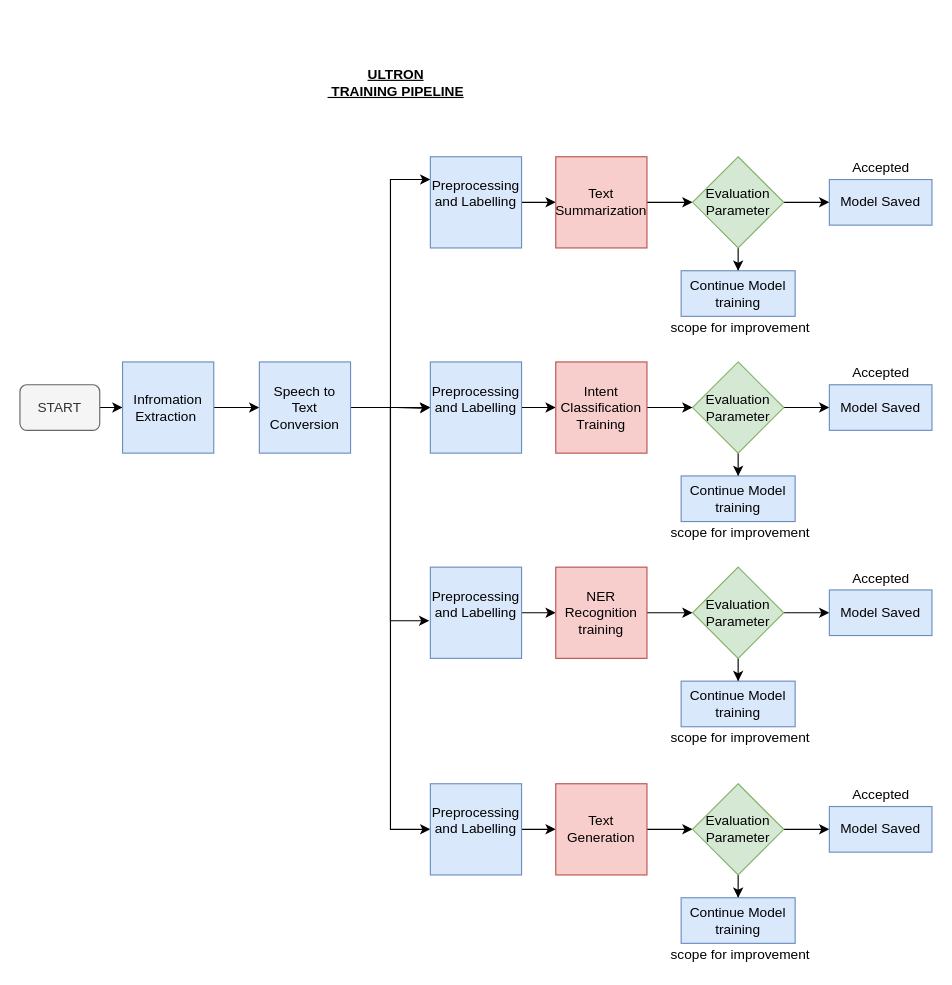
Before: WFM_Training_pipelines.drawio in arjunKumbakkara/AI_ML_Architectures, a draw.io diagram. Source tidied: cells renumbered, new cells numbered last; positions are measured from the earlier drawing's top-left corner, leaving out a move shared by most shapes. Both pictures are drawn from the tidied source at 114%, with x=0, y=0 at pixel (19, 54).
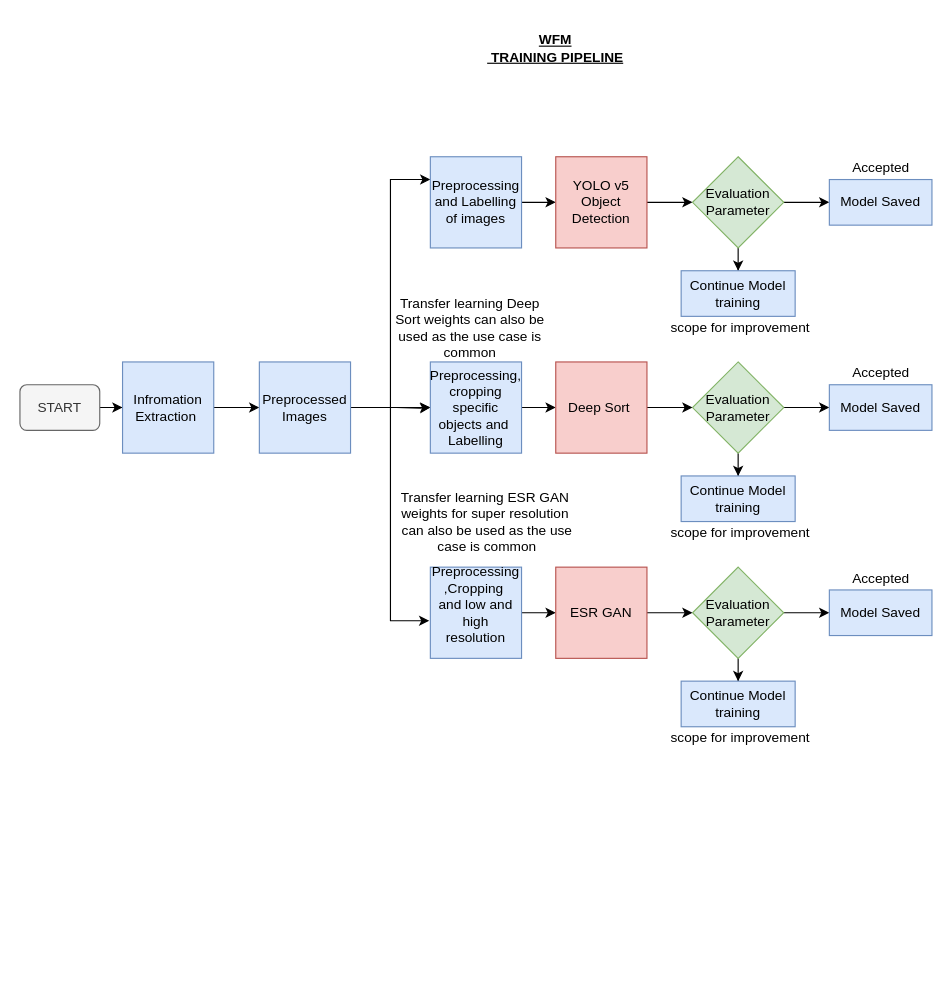
The same page after the edit.

What changed in the source:
```diff
@@
-    <mxCell id="2" value="&lt;b&gt;&lt;u&gt;ULTRON&lt;br&gt;&amp;nbsp;TRAINING PIPELINE&lt;/u&gt;&lt;/b&gt;" style="text;html=1;strokeColor=none;fillColor=none;align=center;verticalAlign=middle;whiteSpace=wrap;rounded=0;" parent="1" vertex="1">
-      <mxGeometry x="140" width="380" height="50" as="geometry" />
+    <mxCell id="2" value="&lt;b&gt;&lt;u&gt;WFM&lt;br&gt;&amp;nbsp;TRAINING PIPELINE&lt;/u&gt;&lt;/b&gt;" style="text;html=1;strokeColor=none;fillColor=none;align=center;verticalAlign=middle;whiteSpace=wrap;rounded=0;" parent="1" vertex="1">
+      <mxGeometry x="280" y="-30" width="380" height="50" as="geometry" />
     </mxCell>
@@
-    <mxCell id="10" style="edgeStyle=orthogonalEdgeStyle;rounded=0;jettySize=auto;html=1;entryX=0;entryY=0.5;entryDx=0;entryDy=0;" parent="1" edge="1" source="11" target="47">
-      <mxGeometry relative="1" as="geometry" />
-    </mxCell>
-    <mxCell id="11" value="Speech to Text Conversion" style="whiteSpace=wrap;html=1;fillColor=#dae8fc;strokeColor=#6c8ebf;" parent="1" vertex="1">
+    <mxCell id="11" value="Preprocessed Images" style="whiteSpace=wrap;html=1;fillColor=#dae8fc;strokeColor=#6c8ebf;" parent="1" vertex="1">
       <mxGeometry x="210" y="270" width="80" height="80" as="geometry" />
     </mxCell>
@@
-    <mxCell id="13" value="Preprocessing and Labelling&lt;span style=&quot;color: rgba(0 , 0 , 0 , 0) ; font-family: monospace ; font-size: 0px&quot;&gt;%3CmxGraphModel%3E%3Croot%3E%3CmxCell%20id%3D%220%22%2F%3E%3CmxCell%20id%3D%221%22%20parent%3D%220%22%2F%3E%3CmxCell%20id%3D%222%22%20value%3D%22Speech%20to%20Text%20Conversion%26lt%3Bspan%20style%3D%26quot%3Bcolor%3A%20rgba(0%20%2C%200%20%2C%200%20%2C%200)%20%3B%20font-family%3A%20monospace%20%3B%20font-size%3A%200px%26quot%3B%26gt%3B%253CmxGraphModel%253E%253Croot%253E%253CmxCell%2520id%253D%25220%2522%252F%253E%253CmxCell%2520id%253D%25221%2522%2520parent%253D%25220%2522%252F%253E%253CmxCell%2520id%253D%25222%2522%2520value%253D%2522START%2522%2520style%253D%2522rounded%253D1%253BwhiteSpace%253Dwrap%253Bhtml%253D1%253B%2522%2520vertex%253D%25221%2522%2520parent%253D%25221%2522%253E%253CmxGeometry%2520x%253D%2522140%2522%2520y%253D%2522370%2522%2520width%253D%252270%2522%2520height%253D%252240%2522%2520as%253D%2522geometry%2522%252F%253E%253C%252FmxCell%253E%253C%252Froot%253E%253C%252FmxGraphModel%253E%26lt%3B%2Fspan%26gt%3B%22%20style%3D%22whiteSpace%3Dwrap%3Bhtml%3D1%3Baspect%3Dfixed%3B%22%20vertex%3D%221%22%20parent%3D%221%22%3E%3CmxGeometry%20x%3D%22360%22%20y%3D%22350%22%20width%3D%2280%22%20height%3D%2280%22%20as%3D%22geometry%22%2F%3E%3C%2FmxCell%3E%3C%2Froot%3E%3C%2FmxGraphModel%3E&lt;br&gt;a&lt;br&gt;&lt;/span&gt;" style="whiteSpace=wrap;html=1;fillColor=#dae8fc;strokeColor=#6c8ebf;" parent="1" vertex="1">
+    <mxCell id="13" value="Preprocessing and Labelling of images&lt;span style=&quot;color: rgba(0 , 0 , 0 , 0) ; font-family: monospace ; font-size: 0px&quot;&gt;%3CmxGraphModel%3E%3Croot%3E%3CmxCell%20id%3D%220%22%2F%3E%3CmxCell%20id%3D%221%22%20parent%3D%220%22%2F%3E%3CmxCell%20id%3D%222%22%20value%3D%22Speech%20to%20Text%20Conversion%26lt%3Bspan%20style%3D%26quot%3Bcolor%3A%20rgba(0%20%2C%200%20%2C%200%20%2C%200)%20%3B%20font-family%3A%20monospace%20%3B%20font-size%3A%200px%26quot%3B%26gt%3B%253CmxGraphModel%253E%253Croot%253E%253CmxCell%2520id%253D%25220%2522%252F%253E%253CmxCell%2520id%253D%25221%2522%2520parent%253D%25220%2522%252F%253E%253CmxCell%2520id%253D%25222%2522%2520value%253D%2522START%2522%2520style%253D%2522rounded%253D1%253BwhiteSpace%253Dwrap%253Bhtml%253D1%253B%2522%2520vertex%253D%25221%2522%2520parent%253D%25221%2522%253E%253CmxGeometry%2520x%253D%2522140%2522%2520y%253D%2522370%2522%2520width%253D%252270%2522%2520height%253D%252240%2522%2520as%253D%2522geometry%2522%252F%253E%253C%252FmxCell%253E%253C%252Froot%253E%253C%252FmxGraphModel%253E%26lt%3B%2Fspan%26gt%3B%22%20style%3D%22whiteSpace%3Dwrap%3Bhtml%3D1%3Baspect%3Dfixed%3B%22%20vertex%3D%221%22%20parent%3D%221%22%3E%3CmxGeometry%20x%3D%22360%22%20y%3D%22350%22%20width%3D%2280%22%20height%3D%2280%22%20as%3D%22geometry%22%2F%3E%3C%2FmxCell%3E%3C%2Froot%3E%3C%2FmxGraphModel%3E&lt;br&gt;&lt;/span&gt;" style="whiteSpace=wrap;html=1;fillColor=#dae8fc;strokeColor=#6c8ebf;" parent="1" vertex="1">
       <mxGeometry x="360" y="90" width="80" height="80" as="geometry" />
     </mxCell>
@@
-    <mxCell id="15" value="Text Summarization" style="whiteSpace=wrap;html=1;fillColor=#f8cecc;strokeColor=#b85450;" parent="1" vertex="1">
+    <mxCell id="15" value="YOLO v5&lt;br&gt;Object Detection" style="whiteSpace=wrap;html=1;fillColor=#f8cecc;strokeColor=#b85450;" parent="1" vertex="1">
       <mxGeometry x="470" y="90" width="80" height="80" as="geometry" />
     </mxCell>
@@
-    <mxCell id="25" value="Preprocessing and Labelling&lt;span style=&quot;color: rgba(0 , 0 , 0 , 0) ; font-family: monospace ; font-size: 0px&quot;&gt;%3CmxGraphModel%3E%3Croot%3E%3CmxCell%20id%3D%220%22%2F%3E%3CmxCell%20id%3D%221%22%20parent%3D%220%22%2F%3E%3CmxCell%20id%3D%222%22%20value%3D%22Speech%20to%20Text%20Conversion%26lt%3Bspan%20style%3D%26quot%3Bcolor%3A%20rgba(0%20%2C%200%20%2C%200%20%2C%200)%20%3B%20font-family%3A%20monospace%20%3B%20font-size%3A%200px%26quot%3B%26gt%3B%253CmxGraphModel%253E%253Croot%253E%253CmxCell%2520id%253D%25220%2522%252F%253E%253CmxCell%2520id%253D%25221%2522%2520parent%253D%25220%2522%252F%253E%253CmxCell%2520id%253D%25222%2522%2520value%253D%2522START%2522%2520style%253D%2522rounded%253D1%253BwhiteSpace%253Dwrap%253Bhtml%253D1%253B%2522%2520vertex%253D%25221%2522%2520parent%253D%25221%2522%253E%253CmxGeometry%2520x%253D%2522140%2522%2520y%253D%2522370%2522%2520width%253D%252270%2522%2520height%253D%252240%2522%2520as%253D%2522geometry%2522%252F%253E%253C%252FmxCell%253E%253C%252Froot%253E%253C%252FmxGraphModel%253E%26lt%3B%2Fspan%26gt%3B%22%20style%3D%22whiteSpace%3Dwrap%3Bhtml%3D1%3Baspect%3Dfixed%3B%22%20vertex%3D%221%22%20parent%3D%221%22%3E%3CmxGeometry%20x%3D%22360%22%20y%3D%22350%22%20width%3D%2280%22%20height%3D%2280%22%20as%3D%22geometry%22%2F%3E%3C%2FmxCell%3E%3C%2Froot%3E%3C%2FmxGraphModel%3E&lt;br&gt;a&lt;/span&gt;" style="whiteSpace=wrap;html=1;fillColor=#dae8fc;strokeColor=#6c8ebf;" parent="1" vertex="1">
+    <mxCell id="25" value="&lt;br&gt;Preprocessing, cropping specific objects and&amp;nbsp; Labelling&lt;span style=&quot;color: rgba(0 , 0 , 0 , 0) ; font-family: monospace ; font-size: 0px&quot;&gt;%3CmxGraphModel%3E%3Croot%3E%3CmxCell%20id%3D%220%22%2F%3E%3CmxCell%20id%3D%221%22%20parent%3D%220%22%2F%3E%3CmxCell%20id%3D%222%22%20value%3D%22Speech%20to%20Text%20Conversion%26lt%3Bspan%20style%3D%26quot%3Bcolor%3A%20rgba(0%20%2C%200%20%2C%200%20%2C%200)%20%3B%20font-family%3A%20monospace%20%3B%20font-size%3A%200px%26quot%3B%26gt%3B%253CmxGraphModel%253E%253Croot%253E%253CmxCell%2520id%253D%25220%2522%252F%253E%253CmxCell%2520id%253D%25221%2522%2520parent%253D%25220%2522%252F%253E%253CmxCell%2520id%253D%25222%2522%2520value%253D%2522START%2522%2520style%253D%2522rounded%253D1%253BwhiteSpace%253Dwrap%253Bhtml%253D1%253B%2522%2520vertex%253D%25221%2522%2520parent%253D%25221%2522%253E%253CmxGeometry%2520x%253D%2522140%2522%2520y%253D%2522370%2522%2520width%253D%252270%2522%2520height%253D%252240%2522%2520as%253D%2522geometry%2522%252F%253E%253C%252FmxCell%253E%253C%252Froot%253E%253C%252FmxGraphModel%253E%26lt%3B%2Fspan%26gt%3B%22%20style%3D%22whiteSpace%3Dwrap%3Bhtml%3D1%3Baspect%3Dfixed%3B%22%20vertex%3D%221%22%20parent%3D%221%22%3E%3CmxGeometry%20x%3D%22360%22%20y%3D%22350%22%20width%3D%2280%22%20height%3D%2280%22%20as%3D%22geometry%22%2F%3E%3C%2FmxCell%3E%3C%2Froot%3E%3C%2FmxGraphModel%3E&lt;br&gt;a&amp;nbsp;&lt;/span&gt;" style="whiteSpace=wrap;html=1;fillColor=#dae8fc;strokeColor=#6c8ebf;" parent="1" vertex="1">
       <mxGeometry x="360" y="270" width="80" height="80" as="geometry" />
     </mxCell>
@@
-    <mxCell id="27" value="Intent Classification&lt;br&gt;Training" style="whiteSpace=wrap;html=1;fillColor=#f8cecc;strokeColor=#b85450;" parent="1" vertex="1">
+    <mxCell id="27" value="Deep Sort&amp;nbsp;" style="whiteSpace=wrap;html=1;fillColor=#f8cecc;strokeColor=#b85450;" parent="1" vertex="1">
       <mxGeometry x="470" y="270" width="80" height="80" as="geometry" />
     </mxCell>
@@
-    <mxCell id="36" value="Preprocessing and Labelling&lt;span style=&quot;color: rgba(0 , 0 , 0 , 0) ; font-family: monospace ; font-size: 0px&quot;&gt;%3CmxGraphModel%3E%3Croot%3E%3CmxCell%20id%3D%220%22%2F%3E%3CmxCell%20id%3D%221%22%20parent%3D%220%22%2F%3E%3CmxCell%20id%3D%222%22%20value%3D%22Speech%20to%20Text%20Conversion%26lt%3Bspan%20style%3D%26quot%3Bcolor%3A%20rgba(0%20%2C%200%20%2C%200%20%2C%200)%20%3B%20font-family%3A%20monospace%20%3B%20font-size%3A%200px%26quot%3B%26gt%3B%253CmxGraphModel%253E%253Croot%253E%253CmxCell%2520id%253D%25220%2522%252F%253E%253CmxCell%2520id%253D%25221%2522%2520parent%253D%25220%2522%252F%253E%253CmxCell%2520id%253D%25222%2522%2520value%253D%2522START%2522%2520style%253D%2522rounded%253D1%253BwhiteSpace%253Dwrap%253Bhtml%253D1%253B%2522%2520vertex%253D%25221%2522%2520parent%253D%25221%2522%253E%253CmxGeometry%2520x%253D%2522140%2522%2520y%253D%2522370%2522%2520width%253D%252270%2522%2520height%253D%252240%2522%2520as%253D%2522geometry%2522%252F%253E%253C%252FmxCell%253E%253C%252Froot%253E%253C%252FmxGraphModel%253E%26lt%3B%2Fspan%26gt%3B%22%20style%3D%22whiteSpace%3Dwrap%3Bhtml%3D1%3Baspect%3Dfixed%3B%22%20vertex%3D%221%22%20parent%3D%221%22%3E%3CmxGeometry%20x%3D%22360%22%20y%3D%22350%22%20width%3D%2280%22%20height%3D%2280%22%20as%3D%22geometry%22%2F%3E%3C%2FmxCell%3E%3C%2Froot%3E%3C%2FmxGraphModel%3E&lt;br&gt;a&lt;/span&gt;" style="whiteSpace=wrap;html=1;fillColor=#dae8fc;strokeColor=#6c8ebf;" parent="1" vertex="1">
+    <mxCell id="36" value="Preprocessing ,Cropping&amp;nbsp; and low and high resolution&lt;span style=&quot;color: rgba(0 , 0 , 0 , 0) ; font-family: monospace ; font-size: 0px&quot;&gt;%3CmxGraphModel%3E%3Croot%3E%3CmxCell%20id%3D%220%22%2F%3E%3CmxCell%20id%3D%221%22%20parent%3D%220%22%2F%3E%3CmxCell%20id%3D%222%22%20value%3D%22Speech%20to%20Text%20Conversion%26lt%3Bspan%20style%3D%26quot%3Bcolor%3A%20rgba(0%20%2C%200%20%2C%200%20%2C%200)%20%3B%20font-family%3A%20monospace%20%3B%20font-size%3A%200px%26quot%3B%26gt%3B%253CmxGraphModel%253E%253Croot%253E%253CmxCell%2520id%253D%25220%2522%252F%253E%253CmxCell%2520id%253D%25221%2522%2520parent%253D%25220%2522%252F%253E%253CmxCell%2520id%253D%25222%2522%2520value%253D%2522START%2522%2520style%253D%2522rounded%253D1%253BwhiteSpace%253Dwrap%253Bhtml%253D1%253B%2522%2520vertex%253D%25221%2522%2520parent%253D%25221%2522%253E%253CmxGeometry%2520x%253D%2522140%2522%2520y%253D%2522370%2522%2520width%253D%252270%2522%2520height%253D%252240%2522%2520as%253D%2522geometry%2522%252F%253E%253C%252FmxCell%253E%253C%252Froot%253E%253C%252FmxGraphModel%253E%26lt%3B%2Fspan%26gt%3B%22%20style%3D%22whiteSpace%3Dwrap%3Bhtml%3D1%3Baspect%3Dfixed%3B%22%20vertex%3D%221%22%20parent%3D%221%22%3E%3CmxGeometry%20x%3D%22360%22%20y%3D%22350%22%20width%3D%2280%22%20height%3D%2280%22%20as%3D%22geometry%22%2F%3E%3C%2FmxCell%3E%3C%2Froot%3E%3C%2FmxGraphModel%3E&lt;br&gt;a&lt;/span&gt;" style="whiteSpace=wrap;html=1;fillColor=#dae8fc;strokeColor=#6c8ebf;" parent="1" vertex="1">
       <mxGeometry x="360" y="450" width="80" height="80" as="geometry" />
     </mxCell>
@@
-    <mxCell id="38" value="NER Recognition&lt;br&gt;training" style="whiteSpace=wrap;html=1;fillColor=#f8cecc;strokeColor=#b85450;" parent="1" vertex="1">
+    <mxCell id="38" value="ESR GAN&lt;br&gt;" style="whiteSpace=wrap;html=1;fillColor=#f8cecc;strokeColor=#b85450;" parent="1" vertex="1">
       <mxGeometry x="470" y="450" width="80" height="80" as="geometry" />
     </mxCell>
@@
-    <mxCell id="46" style="edgeStyle=orthogonalEdgeStyle;rounded=0;jettySize=auto;html=1;" parent="1" edge="1" source="47" target="49">
-      <mxGeometry relative="1" as="geometry" />
-    </mxCell>
-    <mxCell id="47" value="Preprocessing and Labelling&lt;span style=&quot;color: rgba(0 , 0 , 0 , 0) ; font-family: monospace ; font-size: 0px&quot;&gt;%3CmxGraphModel%3E%3Croot%3E%3CmxCell%20id%3D%220%22%2F%3E%3CmxCell%20id%3D%221%22%20parent%3D%220%22%2F%3E%3CmxCell%20id%3D%222%22%20value%3D%22Speech%20to%20Text%20Conversion%26lt%3Bspan%20style%3D%26quot%3Bcolor%3A%20rgba(0%20%2C%200%20%2C%200%20%2C%200)%20%3B%20font-family%3A%20monospace%20%3B%20font-size%3A%200px%26quot%3B%26gt%3B%253CmxGraphModel%253E%253Croot%253E%253CmxCell%2520id%253D%25220%2522%252F%253E%253CmxCell%2520id%253D%25221%2522%2520parent%253D%25220%2522%252F%253E%253CmxCell%2520id%253D%25222%2522%2520value%253D%2522START%2522%2520style%253D%2522rounded%253D1%253BwhiteSpace%253Dwrap%253Bhtml%253D1%253B%2522%2520vertex%253D%25221%2522%2520parent%253D%25221%2522%253E%253CmxGeometry%2520x%253D%2522140%2522%2520y%253D%2522370%2522%2520width%253D%252270%2522%2520height%253D%252240%2522%2520as%253D%2522geometry%2522%252F%253E%253C%252FmxCell%253E%253C%252Froot%253E%253C%252FmxGraphModel%253E%26lt%3B%2Fspan%26gt%3B%22%20style%3D%22whiteSpace%3Dwrap%3Bhtml%3D1%3Baspect%3Dfixed%3B%22%20vertex%3D%221%22%20parent%3D%221%22%3E%3CmxGeometry%20x%3D%22360%22%20y%3D%22350%22%20width%3D%2280%22%20height%3D%2280%22%20as%3D%22geometry%22%2F%3E%3C%2FmxCell%3E%3C%2Froot%3E%3C%2FmxGraphModel%3E&lt;br&gt;a&lt;/span&gt;" style="whiteSpace=wrap;html=1;fillColor=#dae8fc;strokeColor=#6c8ebf;" parent="1" vertex="1">
-      <mxGeometry x="360" y="640" width="80" height="80" as="geometry" />
-    </mxCell>
-    <mxCell id="48" style="edgeStyle=orthogonalEdgeStyle;rounded=0;jettySize=auto;html=1;" parent="1" edge="1" source="49">
-      <mxGeometry relative="1" as="geometry">
-        <mxPoint x="590" y="680" as="targetPoint" />
-      </mxGeometry>
-    </mxCell>
-    <mxCell id="49" value="Text Generation&lt;br&gt;" style="whiteSpace=wrap;html=1;fillColor=#f8cecc;strokeColor=#b85450;" parent="1" vertex="1">
-      <mxGeometry x="470" y="640" width="80" height="80" as="geometry" />
-    </mxCell>
-    <mxCell id="50" style="edgeStyle=orthogonalEdgeStyle;rounded=0;jettySize=auto;html=1;" parent="1" edge="1" source="52" target="53">
-      <mxGeometry relative="1" as="geometry" />
-    </mxCell>
-    <mxCell id="51" style="edgeStyle=orthogonalEdgeStyle;rounded=0;jettySize=auto;html=1;" parent="1" edge="1" source="52" target="54">
-      <mxGeometry relative="1" as="geometry" />
-    </mxCell>
-    <mxCell id="52" value="&lt;span&gt;Evaluation Parameter&lt;/span&gt;" style="rhombus;whiteSpace=wrap;html=1;fillColor=#d5e8d4;strokeColor=#82b366;" parent="1" vertex="1">
-      <mxGeometry x="590" y="640" width="80" height="80" as="geometry" />
-    </mxCell>
-    <mxCell id="53" value="Model Saved" style="whiteSpace=wrap;html=1;fillColor=#dae8fc;strokeColor=#6c8ebf;" parent="1" vertex="1">
-      <mxGeometry x="710" y="660" width="90" height="40" as="geometry" />
-    </mxCell>
-    <mxCell id="54" value="Continue Model training" style="whiteSpace=wrap;html=1;fillColor=#dae8fc;strokeColor=#6c8ebf;" parent="1" vertex="1">
-      <mxGeometry x="580" y="740" width="100" height="40" as="geometry" />
-    </mxCell>
-    <mxCell id="55" value="Accepted" style="text;html=1;align=center;verticalAlign=middle;strokeColor=none;" parent="1" vertex="1">
-      <mxGeometry x="720" y="640" width="70" height="20" as="geometry" />
-    </mxCell>
-    <mxCell id="56" value="&amp;nbsp; &amp;nbsp; scope for improvement" style="text;html=1;align=center;verticalAlign=middle;strokeColor=none;" parent="1" vertex="1">
-      <mxGeometry x="550" y="780" width="150" height="20" as="geometry" />
-    </mxCell>
+    <mxCell id="57" value="Transfer learning Deep Sort weights can also be used as the use case is common" style="text;html=1;strokeColor=none;fillColor=none;align=center;verticalAlign=middle;whiteSpace=wrap;rounded=0;" parent="1" vertex="1">
+      <mxGeometry x="325" y="230" width="140" height="20" as="geometry" />
+    </mxCell>
+    <mxCell id="58" value="Transfer learning ESR GAN&amp;nbsp; weights for super resolution&amp;nbsp; can also be used as the use case is common" style="text;html=1;strokeColor=none;fillColor=none;align=center;verticalAlign=middle;whiteSpace=wrap;rounded=0;" parent="1" vertex="1">
+      <mxGeometry x="325" y="400" width="170" height="20" as="geometry" />
+    </mxCell>
```
